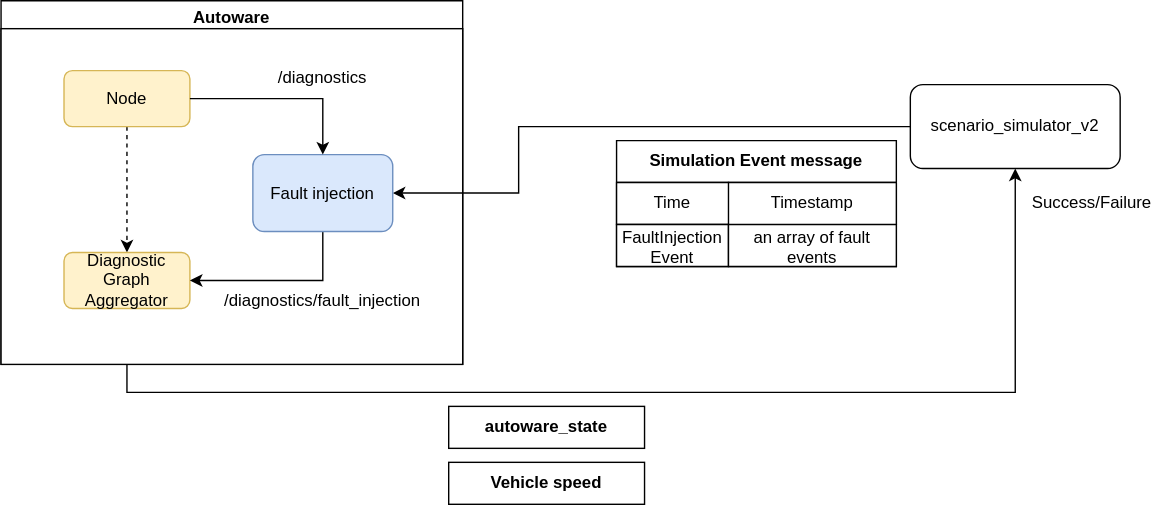
N-Iemura/autoware_universe keeps this draw.io diagram as main/simulator/autoware_fault_injection/img/component.drawio.svg. Above is the earlier version. Source tidied: cells renumbered, new cells last; positions are measured from the earlier drawing's top-left corner, leaving out a move shared by most shapes. Its diagram source:
```xml
<mxGraphModel>
  <root>
    <mxCell id="0" />
    <mxCell id="1" parent="0" />
    <mxCell id="2" style="edgeStyle=orthogonalEdgeStyle;rounded=0;jettySize=auto;html=1;exitX=0.5;exitY=1;exitDx=0;exitDy=0;entryX=0.5;entryY=1;entryDx=0;entryDy=0;" parent="1" edge="1" source="3" target="11">
      <mxGeometry relative="1" as="geometry">
        <Array as="points">
          <mxPoint x="90" y="180" />
          <mxPoint x="90" y="280" />
          <mxPoint x="725" y="280" />
        </Array>
      </mxGeometry>
    </mxCell>
    <mxCell id="3" value="Autoware" style="swimlane;" parent="1" vertex="1">
      <mxGeometry width="330" height="260" as="geometry" />
    </mxCell>
    <mxCell id="4" style="rounded=0;whiteSpace=wrap;html=1;fillColor=default;" parent="3" vertex="1">
      <mxGeometry y="20" width="330" height="240" as="geometry" />
    </mxCell>
    <mxCell id="5" style="edgeStyle=orthogonalEdgeStyle;rounded=0;jettySize=auto;html=1;exitX=0.5;exitY=1;exitDx=0;exitDy=0;entryX=0.5;entryY=0;entryDx=0;entryDy=0;dashed=1;" parent="3" edge="1" source="6" target="7">
      <mxGeometry relative="1" as="geometry" />
    </mxCell>
    <mxCell id="6" value="Node" style="rounded=1;whiteSpace=wrap;html=1;fillColor=#fff2cc;strokeColor=#d6b656;" parent="3" vertex="1">
      <mxGeometry x="45" y="50" width="90" height="40" as="geometry" />
    </mxCell>
    <mxCell id="7" value="Diagnostic Graph Aggregator" style="rounded=1;whiteSpace=wrap;html=1;fillColor=#fff2cc;strokeColor=#d6b656;" parent="3" vertex="1">
      <mxGeometry x="45" y="180" width="90" height="40" as="geometry" />
    </mxCell>
    <mxCell id="8" value="/diagnostics" style="text;html=1;whiteSpace=wrap;strokeColor=none;fillColor=none;align=center;verticalAlign=middle;rounded=0;" parent="3" vertex="1">
      <mxGeometry x="200" y="40" width="60" height="30" as="geometry" />
    </mxCell>
    <mxCell id="9" value="/diagnostics/fault_injection" style="text;html=1;whiteSpace=wrap;strokeColor=none;fillColor=none;align=center;verticalAlign=middle;rounded=0;" parent="3" vertex="1">
      <mxGeometry x="200" y="200" width="60" height="30" as="geometry" />
    </mxCell>
    <mxCell id="10" style="edgeStyle=orthogonalEdgeStyle;rounded=0;jettySize=auto;html=1;exitX=0;exitY=0.5;exitDx=0;exitDy=0;entryX=1;entryY=0.5;entryDx=0;entryDy=0;" parent="1" edge="1" source="11" target="13">
      <mxGeometry relative="1" as="geometry">
        <Array as="points">
          <mxPoint x="370" y="90" />
          <mxPoint x="370" y="138" />
        </Array>
      </mxGeometry>
    </mxCell>
    <mxCell id="11" value="scenario_simulator_v2" style="rounded=1;whiteSpace=wrap;html=1;fillColor=#FFFFFF;glass=0;sketch=0;" parent="1" vertex="1">
      <mxGeometry x="650" y="60" width="150" height="60" as="geometry" />
    </mxCell>
    <mxCell id="12" style="edgeStyle=orthogonalEdgeStyle;rounded=0;jettySize=auto;html=1;exitX=0.5;exitY=1;exitDx=0;exitDy=0;entryX=1;entryY=0.5;entryDx=0;entryDy=0;" parent="1" edge="1" source="13" target="7">
      <mxGeometry relative="1" as="geometry" />
    </mxCell>
    <mxCell id="13" value="Fault injection" style="rounded=1;whiteSpace=wrap;html=1;fillColor=#dae8fc;strokeColor=#6c8ebf;" parent="1" vertex="1">
      <mxGeometry x="180" y="110" width="100" height="55" as="geometry" />
    </mxCell>
    <mxCell id="14" value="Simulation Event message" style="shape=table;html=1;whiteSpace=wrap;startSize=30;fontStyle=1;align=center;fillColor=#FFFFFF;strokeColor=#000000;perimeterSpacing=0;strokeWidth=1;sketch=0;" parent="1" vertex="1">
      <mxGeometry x="440" y="100" width="200" height="90" as="geometry" />
    </mxCell>
    <mxCell id="15" style="shape=partialRectangle;html=1;whiteSpace=wrap;fillColor=none;top=0;left=0;bottom=0;right=0;" parent="14" vertex="1">
      <mxGeometry y="30" width="200" height="30" as="geometry" />
    </mxCell>
    <mxCell id="16" value="Time" style="shape=partialRectangle;html=1;whiteSpace=wrap;fillColor=default;top=1;left=1;bottom=1;right=0;overflow=hidden;strokeWidth=1;" parent="15" vertex="1">
      <mxGeometry width="80" height="30" as="geometry" />
    </mxCell>
    <mxCell id="17" value="Timestamp" style="shape=partialRectangle;html=1;whiteSpace=wrap;fillColor=default;top=1;left=1;bottom=0;right=1;overflow=hidden;perimeterSpacing=0;strokeWidth=1;" parent="15" vertex="1">
      <mxGeometry x="80" width="120" height="30" as="geometry" />
    </mxCell>
    <mxCell id="18" style="shape=partialRectangle;html=1;whiteSpace=wrap;fillColor=none;top=0;left=0;bottom=0;right=0;" parent="14" vertex="1">
      <mxGeometry y="60" width="200" height="30" as="geometry" />
    </mxCell>
    <mxCell id="19" value="FaultInjection&lt;br&gt;Event" style="shape=partialRectangle;html=1;whiteSpace=wrap;fillColor=default;top=1;left=1;bottom=1;right=1;overflow=hidden;strokeWidth=1;" parent="18" vertex="1">
      <mxGeometry width="80" height="30" as="geometry" />
    </mxCell>
    <mxCell id="20" value="an array of fault events" style="shape=partialRectangle;html=1;whiteSpace=wrap;fillColor=default;top=1;left=1;bottom=1;right=1;overflow=hidden;strokeWidth=1;strokeColor=#000000;sketch=0;" parent="18" vertex="1">
      <mxGeometry x="80" width="120" height="30" as="geometry" />
    </mxCell>
    <mxCell id="21" value="autoware_state" style="rounded=0;whiteSpace=wrap;html=1;fontStyle=1;" parent="1" vertex="1">
      <mxGeometry x="320" y="290" width="140" height="30" as="geometry" />
    </mxCell>
    <mxCell id="22" value="Success/Failure" style="text;html=1;strokeColor=none;fillColor=none;align=center;verticalAlign=middle;whiteSpace=wrap;rounded=0;" parent="1" vertex="1">
      <mxGeometry x="760" y="135" width="40" height="20" as="geometry" />
    </mxCell>
    <mxCell id="23" value="Vehicle speed" style="rounded=0;whiteSpace=wrap;html=1;fontStyle=1;" parent="1" vertex="1">
      <mxGeometry x="320" y="330" width="140" height="30" as="geometry" />
    </mxCell>
    <mxCell id="24" style="edgeStyle=orthogonalEdgeStyle;rounded=0;jettySize=auto;html=1;exitX=1;exitY=0.5;exitDx=0;exitDy=0;entryX=0.5;entryY=0;entryDx=0;entryDy=0;" parent="1" edge="1" source="6" target="13">
      <mxGeometry relative="1" as="geometry" />
    </mxCell>
  </root>
</mxGraphModel>
```
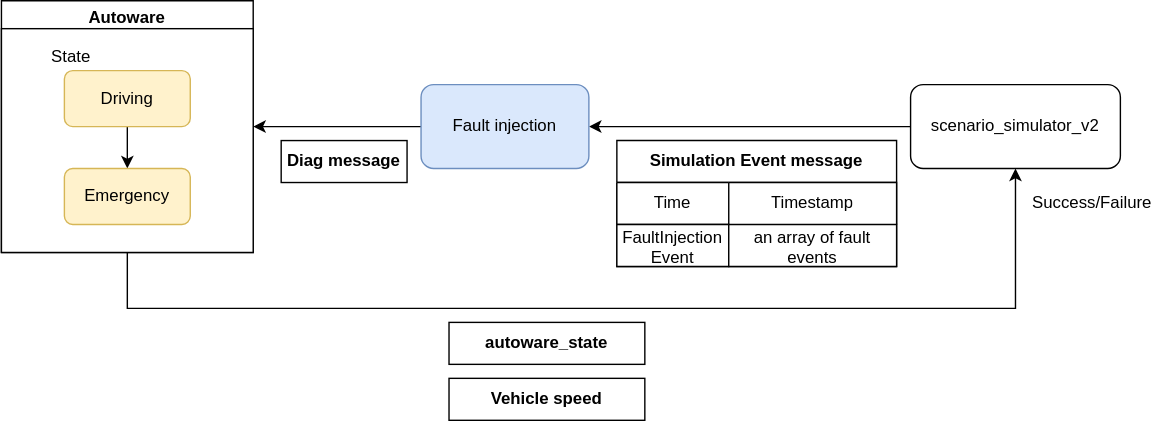
The same file after the commit.

What changed in the source:
```diff
@@ -5,49 +5,40 @@
     <mxCell id="2" style="edgeStyle=orthogonalEdgeStyle;rounded=0;jettySize=auto;html=1;exitX=0.5;exitY=1;exitDx=0;exitDy=0;entryX=0.5;entryY=1;entryDx=0;entryDy=0;" parent="1" edge="1" source="3" target="11">
       <mxGeometry relative="1" as="geometry">
         <Array as="points">
-          <mxPoint x="90" y="180" />
-          <mxPoint x="90" y="280" />
-          <mxPoint x="725" y="280" />
+          <mxPoint x="90" y="220" />
+          <mxPoint x="725" y="220" />
         </Array>
       </mxGeometry>
     </mxCell>
     <mxCell id="3" value="Autoware" style="swimlane;" parent="1" vertex="1">
-      <mxGeometry width="330" height="260" as="geometry" />
+      <mxGeometry width="180" height="180" as="geometry" />
     </mxCell>
     <mxCell id="4" style="rounded=0;whiteSpace=wrap;html=1;fillColor=default;" parent="3" vertex="1">
-      <mxGeometry y="20" width="330" height="240" as="geometry" />
+      <mxGeometry y="20" width="180" height="160" as="geometry" />
     </mxCell>
-    <mxCell id="5" style="edgeStyle=orthogonalEdgeStyle;rounded=0;jettySize=auto;html=1;exitX=0.5;exitY=1;exitDx=0;exitDy=0;entryX=0.5;entryY=0;entryDx=0;entryDy=0;dashed=1;" parent="3" edge="1" source="6" target="7">
+    <mxCell id="5" style="edgeStyle=orthogonalEdgeStyle;rounded=0;jettySize=auto;html=1;exitX=0.5;exitY=1;exitDx=0;exitDy=0;entryX=0.5;entryY=0;entryDx=0;entryDy=0;" parent="3" edge="1" source="6" target="7">
       <mxGeometry relative="1" as="geometry" />
     </mxCell>
-    <mxCell id="6" value="Node" style="rounded=1;whiteSpace=wrap;html=1;fillColor=#fff2cc;strokeColor=#d6b656;" parent="3" vertex="1">
+    <mxCell id="6" value="Driving" style="rounded=1;whiteSpace=wrap;html=1;fillColor=#fff2cc;strokeColor=#d6b656;" parent="3" vertex="1">
       <mxGeometry x="45" y="50" width="90" height="40" as="geometry" />
     </mxCell>
-    <mxCell id="7" value="Diagnostic Graph Aggregator" style="rounded=1;whiteSpace=wrap;html=1;fillColor=#fff2cc;strokeColor=#d6b656;" parent="3" vertex="1">
-      <mxGeometry x="45" y="180" width="90" height="40" as="geometry" />
+    <mxCell id="7" value="Emergency" style="rounded=1;whiteSpace=wrap;html=1;fillColor=#fff2cc;strokeColor=#d6b656;" parent="3" vertex="1">
+      <mxGeometry x="45" y="120" width="90" height="40" as="geometry" />
     </mxCell>
-    <mxCell id="8" value="/diagnostics" style="text;html=1;whiteSpace=wrap;strokeColor=none;fillColor=none;align=center;verticalAlign=middle;rounded=0;" parent="3" vertex="1">
-      <mxGeometry x="200" y="40" width="60" height="30" as="geometry" />
-    </mxCell>
-    <mxCell id="9" value="/diagnostics/fault_injection" style="text;html=1;whiteSpace=wrap;strokeColor=none;fillColor=none;align=center;verticalAlign=middle;rounded=0;" parent="3" vertex="1">
-      <mxGeometry x="200" y="200" width="60" height="30" as="geometry" />
-    </mxCell>
+    <mxCell id="25" value="State" style="text;html=1;strokeColor=none;fillColor=none;align=center;verticalAlign=middle;whiteSpace=wrap;rounded=0;" parent="3" vertex="1">
+      <mxGeometry x="30" y="30" width="40" height="20" as="geometry" />
+    </mxCell>
     <mxCell id="10" style="edgeStyle=orthogonalEdgeStyle;rounded=0;jettySize=auto;html=1;exitX=0;exitY=0.5;exitDx=0;exitDy=0;entryX=1;entryY=0.5;entryDx=0;entryDy=0;" parent="1" edge="1" source="11" target="13">
-      <mxGeometry relative="1" as="geometry">
-        <Array as="points">
-          <mxPoint x="370" y="90" />
-          <mxPoint x="370" y="138" />
-        </Array>
-      </mxGeometry>
+      <mxGeometry relative="1" as="geometry" />
     </mxCell>
     <mxCell id="11" value="scenario_simulator_v2" style="rounded=1;whiteSpace=wrap;html=1;fillColor=#FFFFFF;glass=0;sketch=0;" parent="1" vertex="1">
       <mxGeometry x="650" y="60" width="150" height="60" as="geometry" />
     </mxCell>
-    <mxCell id="12" style="edgeStyle=orthogonalEdgeStyle;rounded=0;jettySize=auto;html=1;exitX=0.5;exitY=1;exitDx=0;exitDy=0;entryX=1;entryY=0.5;entryDx=0;entryDy=0;" parent="1" edge="1" source="13" target="7">
+    <mxCell id="12" style="edgeStyle=orthogonalEdgeStyle;rounded=0;jettySize=auto;html=1;exitX=0;exitY=0.5;exitDx=0;exitDy=0;entryX=1;entryY=0.5;entryDx=0;entryDy=0;" parent="1" edge="1" source="13" target="3">
       <mxGeometry relative="1" as="geometry" />
     </mxCell>
     <mxCell id="13" value="Fault injection" style="rounded=1;whiteSpace=wrap;html=1;fillColor=#dae8fc;strokeColor=#6c8ebf;" parent="1" vertex="1">
-      <mxGeometry x="180" y="110" width="100" height="55" as="geometry" />
+      <mxGeometry x="300" y="60" width="120" height="60" as="geometry" />
     </mxCell>
     <mxCell id="14" value="Simulation Event message" style="shape=table;html=1;whiteSpace=wrap;startSize=30;fontStyle=1;align=center;fillColor=#FFFFFF;strokeColor=#000000;perimeterSpacing=0;strokeWidth=1;sketch=0;" parent="1" vertex="1">
       <mxGeometry x="440" y="100" width="200" height="90" as="geometry" />
@@ -70,17 +61,17 @@
     <mxCell id="20" value="an array of fault events" style="shape=partialRectangle;html=1;whiteSpace=wrap;fillColor=default;top=1;left=1;bottom=1;right=1;overflow=hidden;strokeWidth=1;strokeColor=#000000;sketch=0;" parent="18" vertex="1">
       <mxGeometry x="80" width="120" height="30" as="geometry" />
     </mxCell>
+    <mxCell id="26" value="Diag message" style="rounded=0;whiteSpace=wrap;html=1;fontStyle=1;" parent="1" vertex="1">
+      <mxGeometry x="200" y="100" width="90" height="30" as="geometry" />
+    </mxCell>
     <mxCell id="21" value="autoware_state" style="rounded=0;whiteSpace=wrap;html=1;fontStyle=1;" parent="1" vertex="1">
-      <mxGeometry x="320" y="290" width="140" height="30" as="geometry" />
+      <mxGeometry x="320" y="230" width="140" height="30" as="geometry" />
     </mxCell>
     <mxCell id="22" value="Success/Failure" style="text;html=1;strokeColor=none;fillColor=none;align=center;verticalAlign=middle;whiteSpace=wrap;rounded=0;" parent="1" vertex="1">
       <mxGeometry x="760" y="135" width="40" height="20" as="geometry" />
     </mxCell>
     <mxCell id="23" value="Vehicle speed" style="rounded=0;whiteSpace=wrap;html=1;fontStyle=1;" parent="1" vertex="1">
-      <mxGeometry x="320" y="330" width="140" height="30" as="geometry" />
+      <mxGeometry x="320" y="270" width="140" height="30" as="geometry" />
     </mxCell>
-    <mxCell id="24" style="edgeStyle=orthogonalEdgeStyle;rounded=0;jettySize=auto;html=1;exitX=1;exitY=0.5;exitDx=0;exitDy=0;entryX=0.5;entryY=0;entryDx=0;entryDy=0;" parent="1" edge="1" source="6" target="13">
-      <mxGeometry relative="1" as="geometry" />
-    </mxCell>
   </root>
 </mxGraphModel>
```
